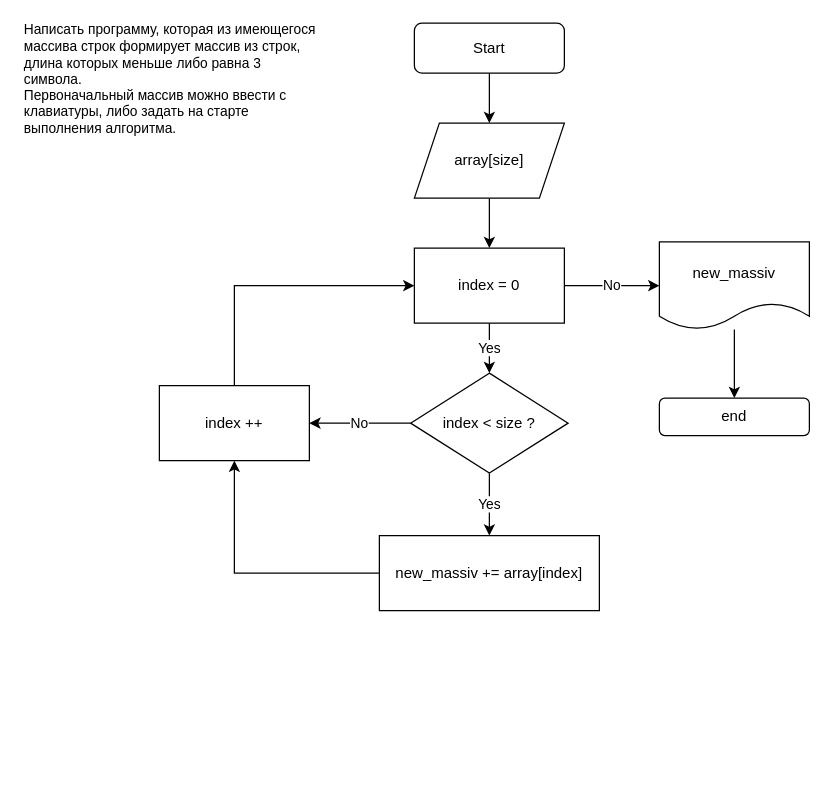
Anna-Shishkina/Final_Task_Of_The_1st_Quarter keeps this draw.io diagram as BlockDiagram/BlockDiagram.drawio. Above is the earlier version. Source tidied: cells renumbered, new cells numbered last; positions are measured from the earlier drawing's top-left corner, leaving out a move shared by most shapes. Both pictures are drawn from the tidied source at 125%, with x=0, y=0 at pixel (21, 22).
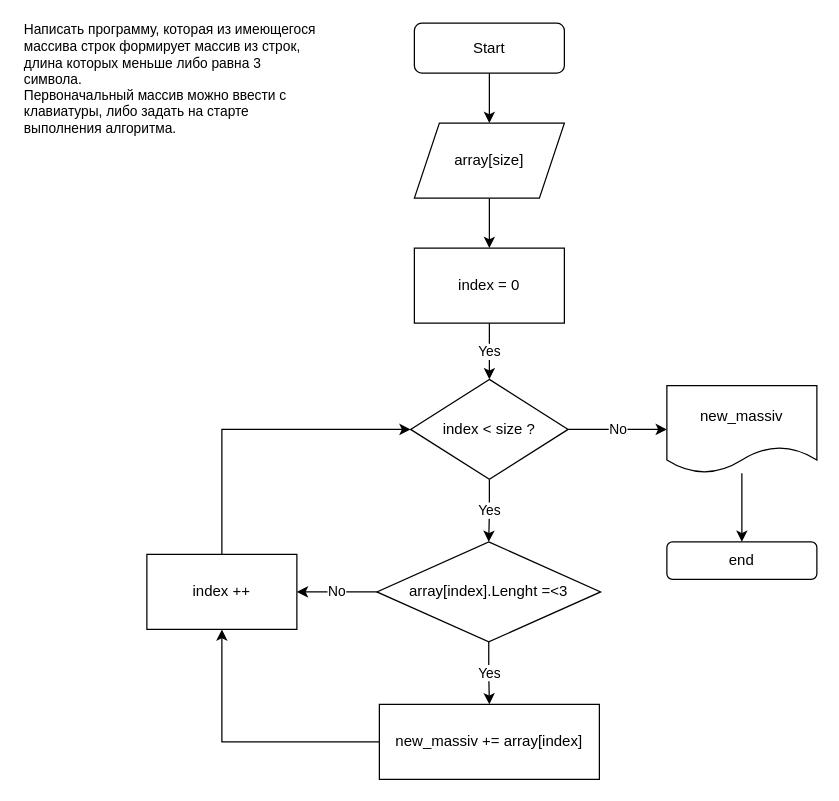
Above is the later version.

The change refers to these unchanged cells:
```xml
<mxCell id="8" value="index = 0" style="rounded=0;whiteSpace=wrap;html=1;" parent="1" vertex="1">
  <mxGeometry x="314" y="180" width="120" height="60" as="geometry" />
</mxCell>
```

Diff of the diagram source:
```diff
@@
-    <mxCell id="7" value="No" style="edgeStyle=orthogonalEdgeStyle;rounded=0;jettySize=auto;html=1;entryX=0;entryY=0.5;entryDx=0;entryDy=0;" parent="1" edge="1" source="8" target="17">
+    <mxCell id="7" value="No" style="edgeStyle=orthogonalEdgeStyle;rounded=0;jettySize=auto;html=1;entryX=0;entryY=0.5;entryDx=0;entryDy=0;exitX=1;exitY=0.5;exitDx=0;exitDy=0;" parent="1" edge="1" source="11" target="17">
       <mxGeometry relative="1" as="geometry" />
     </mxCell>
@@
-    <mxCell id="9" value="Yes" style="edgeStyle=orthogonalEdgeStyle;rounded=0;jettySize=auto;html=1;exitX=0.5;exitY=1;exitDx=0;exitDy=0;entryX=0.5;entryY=0;entryDx=0;entryDy=0;" parent="1" edge="1" source="11" target="13">
+    <mxCell id="9" value="Yes" style="edgeStyle=orthogonalEdgeStyle;rounded=0;jettySize=auto;html=1;exitX=0.5;exitY=1;exitDx=0;exitDy=0;entryX=0.5;entryY=0;entryDx=0;entryDy=0;" parent="1" edge="1" source="22" target="13">
       <mxGeometry relative="1" as="geometry" />
     </mxCell>
-    <mxCell id="10" value="No" style="edgeStyle=orthogonalEdgeStyle;rounded=0;jettySize=auto;html=1;entryX=1;entryY=0.5;entryDx=0;entryDy=0;fontSize=11;" parent="1" edge="1" source="11" target="15">
+    <mxCell id="10" value="No" style="edgeStyle=orthogonalEdgeStyle;rounded=0;jettySize=auto;html=1;entryX=1;entryY=0.5;entryDx=0;entryDy=0;fontSize=11;exitX=0;exitY=0.5;exitDx=0;exitDy=0;" parent="1" edge="1" source="22" target="15">
       <mxGeometry relative="1" as="geometry" />
     </mxCell>
+    <mxCell id="20" value="Yes" style="edgeStyle=orthogonalEdgeStyle;rounded=0;jettySize=auto;html=1;entryX=0.5;entryY=0;entryDx=0;entryDy=0;" parent="1" edge="1" source="11" target="22">
+      <mxGeometry relative="1" as="geometry" />
+    </mxCell>
     <mxCell id="11" value="index &amp;lt; size ?" style="rhombus;whiteSpace=wrap;html=1;" parent="1" vertex="1">
-      <mxGeometry x="311" y="280" width="126" height="80" as="geometry" />
+      <mxGeometry x="311" y="285" width="126" height="80" as="geometry" />
     </mxCell>
@@
     <mxCell id="13" value="new_massiv += array[index]" style="rounded=0;whiteSpace=wrap;html=1;" parent="1" vertex="1">
-      <mxGeometry x="286" y="410" width="176" height="60" as="geometry" />
+      <mxGeometry x="286" y="545" width="176" height="60" as="geometry" />
     </mxCell>
-    <mxCell id="14" style="edgeStyle=orthogonalEdgeStyle;rounded=0;jettySize=auto;html=1;entryX=0;entryY=0.5;entryDx=0;entryDy=0;" parent="1" edge="1" source="15" target="8">
-      <mxGeometry relative="1" as="geometry">
-        <Array as="points">
-          <mxPoint x="170" y="210" />
-        </Array>
-      </mxGeometry>
-    </mxCell>
+    <mxCell id="21" style="edgeStyle=orthogonalEdgeStyle;rounded=0;jettySize=auto;html=1;entryX=0;entryY=0.5;entryDx=0;entryDy=0;" parent="1" edge="1" source="15" target="11">
+      <mxGeometry relative="1" as="geometry">
+        <Array as="points">
+          <mxPoint x="160" y="325" />
+        </Array>
+      </mxGeometry>
+    </mxCell>
     <mxCell id="15" value="index ++" style="rounded=0;whiteSpace=wrap;html=1;" parent="1" vertex="1">
-      <mxGeometry x="110" y="290" width="120" height="60" as="geometry" />
+      <mxGeometry x="100" y="425" width="120" height="60" as="geometry" />
     </mxCell>
@@
     <mxCell id="17" value="new_massiv" style="shape=document;whiteSpace=wrap;html=1;boundedLbl=1;" parent="1" vertex="1">
-      <mxGeometry x="510" y="175" width="120" height="70" as="geometry" />
+      <mxGeometry x="516" y="290" width="120" height="70" as="geometry" />
     </mxCell>
     <mxCell id="18" value="end" style="rounded=1;whiteSpace=wrap;html=1;" parent="1" vertex="1">
-      <mxGeometry x="510" y="300" width="120" height="30" as="geometry" />
+      <mxGeometry x="516" y="415" width="120" height="30" as="geometry" />
     </mxCell>
@@
+    <mxCell id="22" value="array[index].Lenght =&amp;lt;3" style="rhombus;whiteSpace=wrap;html=1;" parent="1" vertex="1">
+      <mxGeometry x="284" y="415" width="179" height="80" as="geometry" />
+    </mxCell>
```
